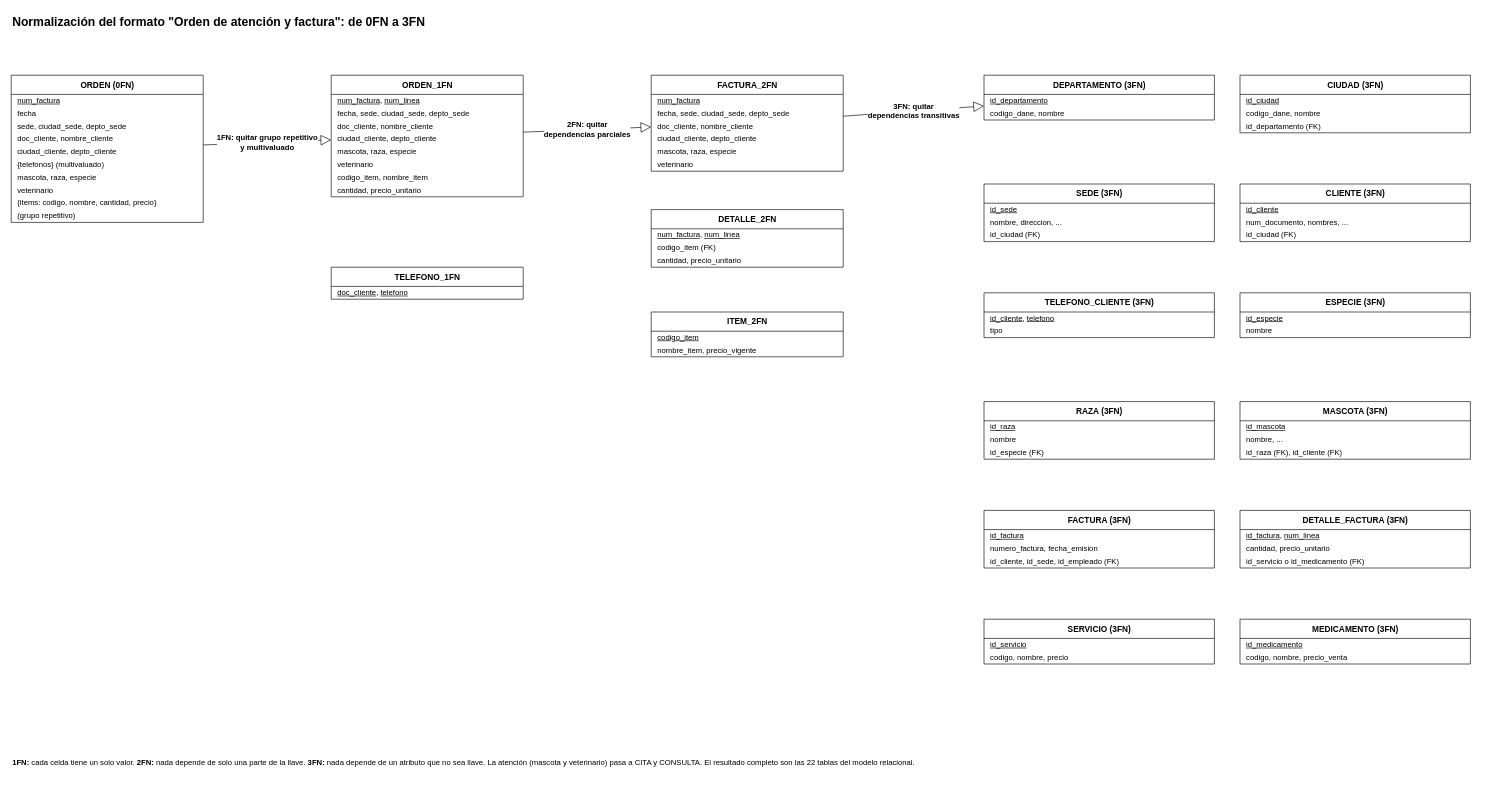
Estarlan/proyecto-bd1-sigevet keeps this draw.io diagram as documentos/fase1/diagramas_drawio/27_Normalizacion.drawio. Above is the earlier version. Source tidied: cells renumbered, new cells numbered last; positions are measured from the earlier drawing's top-left corner, leaving out a move shared by most shapes. Both pictures are drawn from the tidied source at 64%, with x=0, y=0 at pixel (11, 11).
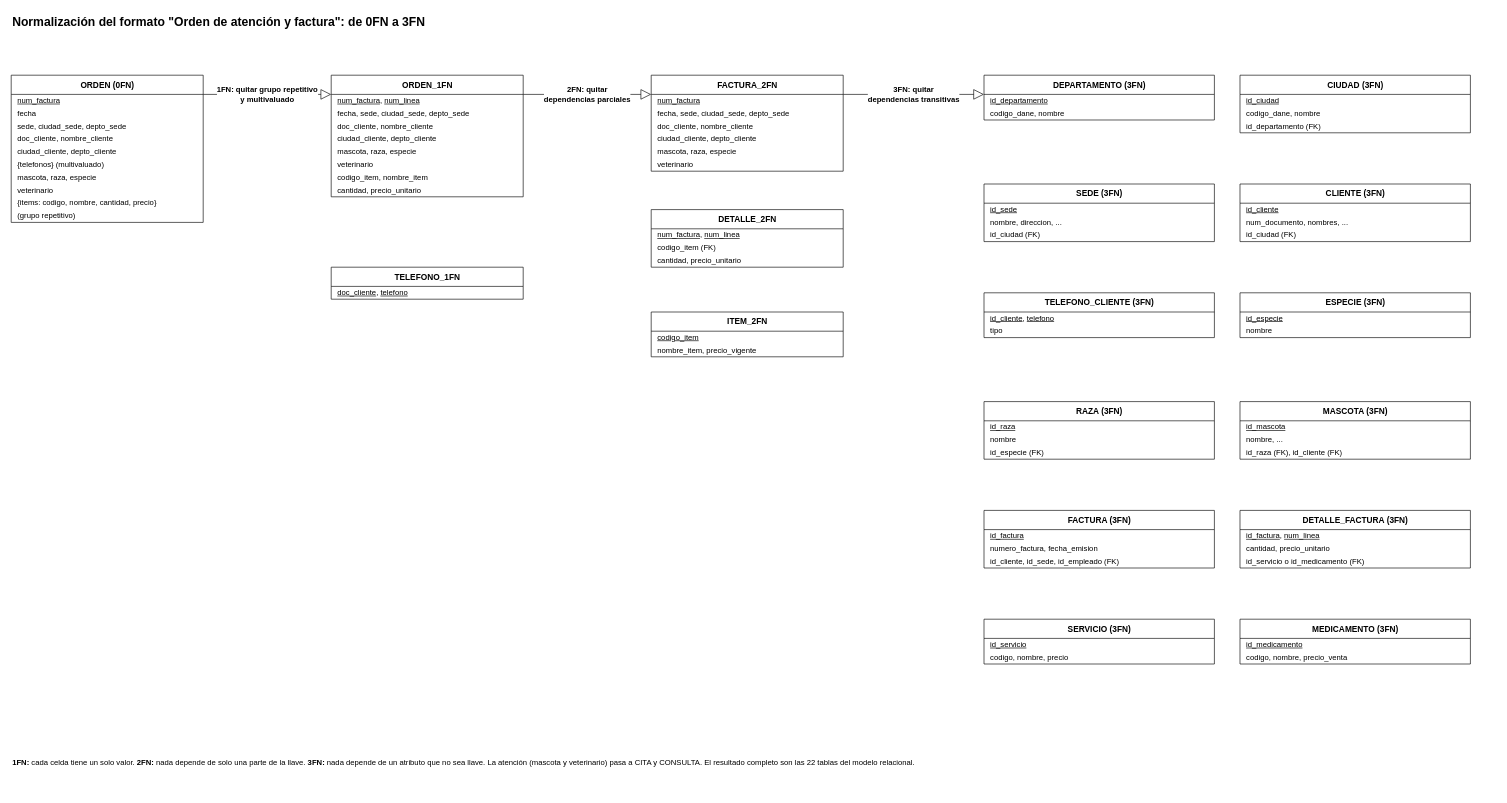
The same page after the edit.

Unchanged cells that the change refers to:
```xml
<mxCell id="3" value="ORDEN (0FN)" style="swimlane;fontStyle=1;horizontal=1;startSize=30;html=1;fillColor=none;swimlaneFillColor=none;fontSize=13;" parent="1" vertex="1">
  <mxGeometry y="100" width="300" height="230" as="geometry" />
</mxCell>
<mxCell id="14" value="ORDEN_1FN" style="swimlane;fontStyle=1;horizontal=1;startSize=30;html=1;fillColor=none;swimlaneFillColor=none;fontSize=13;" parent="1" vertex="1">
  <mxGeometry x="500" y="100" width="300" height="190" as="geometry" />
</mxCell>
<mxCell id="25" value="FACTURA_2FN" style="swimlane;fontStyle=1;horizontal=1;startSize=30;html=1;fillColor=none;swimlaneFillColor=none;fontSize=13;" parent="1" vertex="1">
  <mxGeometry x="1000" y="100" width="300" height="150" as="geometry" />
</mxCell>
<mxCell id="41" value="DEPARTAMENTO (3FN)" style="swimlane;fontStyle=1;horizontal=1;startSize=30;html=1;fillColor=none;swimlaneFillColor=none;fontSize=13;" parent="1" vertex="1">
  <mxGeometry x="1520" y="100" width="360" height="70" as="geometry" />
</mxCell>
```

What changed in the source:
```diff
@@
-    <mxCell id="39" value="1FN: quitar grupo repetitivo&lt;br&gt;y multivaluado" style="html=1;endArrow=none;fontSize=12;labelBackgroundColor=default;endArrow=block;endFill=0;endSize=14;fontSize=12;fontStyle=1;jumpStyle=arc;jumpSize=10;" parent="1" edge="1" source="3" target="14">
+    <mxCell id="39" value="1FN: quitar grupo repetitivo&lt;br&gt;y multivaluado" style="html=1;endArrow=none;fontSize=12;labelBackgroundColor=default;edgeStyle=orthogonalEdgeStyle;rounded=0;endArrow=block;endFill=0;endSize=14;fontSize=12;fontStyle=1;edgeStyle=none;exitX=1;exitY=0.13043478;exitPerimeter=0;entryX=0;entryY=0.15789474;entryPerimeter=0;" parent="1" edge="1" source="3" target="14">
       <mxGeometry relative="1" as="geometry" />
     </mxCell>
-    <mxCell id="40" value="2FN: quitar&lt;br&gt;dependencias parciales" style="html=1;endArrow=none;fontSize=12;labelBackgroundColor=default;endArrow=block;endFill=0;endSize=14;fontSize=12;fontStyle=1;jumpStyle=arc;jumpSize=10;" parent="1" edge="1" source="14" target="25">
+    <mxCell id="40" value="2FN: quitar&lt;br&gt;dependencias parciales" style="html=1;endArrow=none;fontSize=12;labelBackgroundColor=default;edgeStyle=orthogonalEdgeStyle;rounded=0;endArrow=block;endFill=0;endSize=14;fontSize=12;fontStyle=1;edgeStyle=none;exitX=1;exitY=0.15789474;exitPerimeter=0;entryX=0;entryY=0.20000000;entryPerimeter=0;" parent="1" edge="1" source="14" target="25">
       <mxGeometry relative="1" as="geometry" />
     </mxCell>
@@
-    <mxCell id="84" value="3FN: quitar&lt;br&gt;dependencias transitivas" style="html=1;endArrow=none;fontSize=12;labelBackgroundColor=default;endArrow=block;endFill=0;endSize=14;fontSize=12;fontStyle=1;jumpStyle=arc;jumpSize=10;" parent="1" edge="1" source="25" target="41">
+    <mxCell id="84" value="3FN: quitar&lt;br&gt;dependencias transitivas" style="html=1;endArrow=none;fontSize=12;labelBackgroundColor=default;edgeStyle=orthogonalEdgeStyle;rounded=0;endArrow=block;endFill=0;endSize=14;fontSize=12;fontStyle=1;edgeStyle=none;exitX=1;exitY=0.20000000;exitPerimeter=0;entryX=0;entryY=0.42857143;entryPerimeter=0;" parent="1" edge="1" source="25" target="41">
       <mxGeometry relative="1" as="geometry" />
     </mxCell>
```
